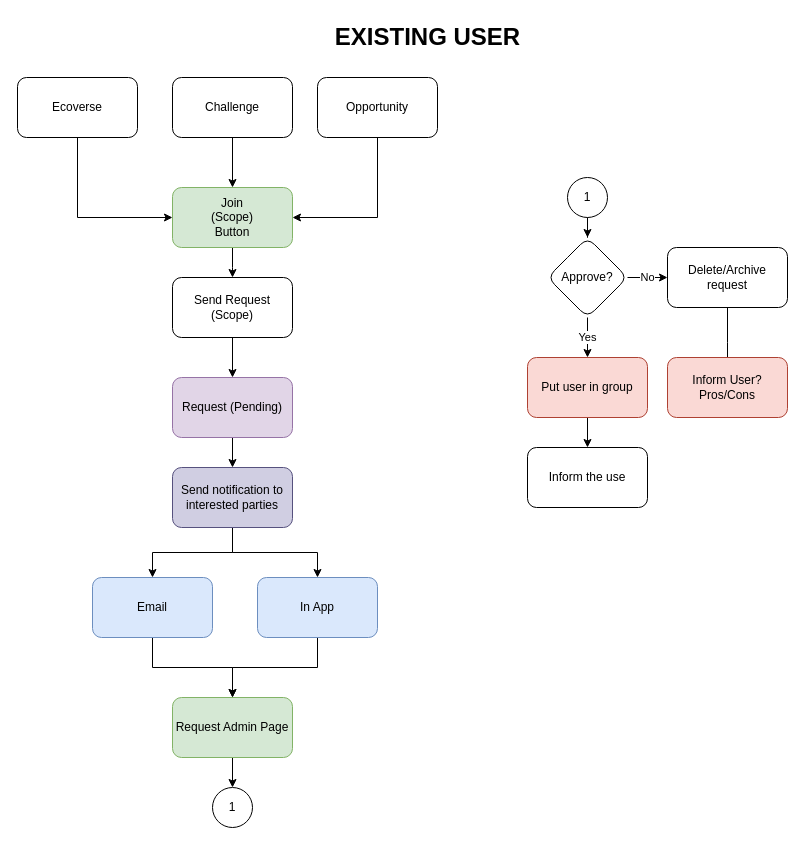
Earlier version of the draw.io diagram page "Requesting/Granting access" (2 of 5) of Design/UserOnboardingFlow.drawio (alkem-io/alkemio). Source tidied: cells renumbered, new cells numbered last; positions are measured from the earlier drawing's top-left corner, leaving out a move shared by most shapes. Both pictures are drawn from the tidied source at 100%, with x=0, y=0 at pixel (17, 17).
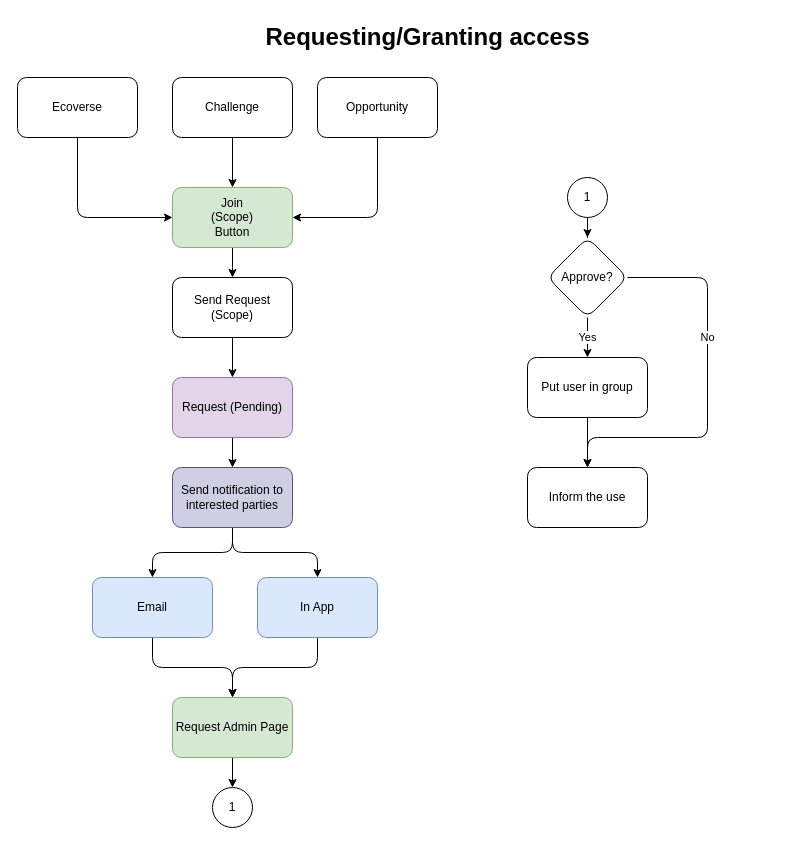
Above is the later version.

The change refers to these unchanged cells:
```xml
<mxCell id="3" value="Join&lt;br&gt;(Scope)&lt;br&gt;Button" style="rounded=1;whiteSpace=wrap;html=1;fillColor=#d5e8d4;strokeColor=#82b366;" parent="1" vertex="1">
  <mxGeometry x="155" y="170" width="120" height="60" as="geometry" />
</mxCell>
<mxCell id="10" value="Send notification to interested parties" style="whiteSpace=wrap;html=1;rounded=1;fillColor=#d0cee2;strokeColor=#56517e;" parent="1" vertex="1">
  <mxGeometry x="155" y="450" width="120" height="60" as="geometry" />
</mxCell>
<mxCell id="12" value="Email" style="whiteSpace=wrap;html=1;rounded=1;fillColor=#dae8fc;strokeColor=#6c8ebf;" parent="1" vertex="1">
  <mxGeometry x="75" y="560" width="120" height="60" as="geometry" />
</mxCell>
<mxCell id="14" value="In App" style="whiteSpace=wrap;html=1;rounded=1;fillColor=#dae8fc;strokeColor=#6c8ebf;" parent="1" vertex="1">
  <mxGeometry x="240" y="560" width="120" height="60" as="geometry" />
</mxCell>
<mxCell id="16" value="Request Admin Page" style="rounded=1;whiteSpace=wrap;html=1;fillColor=#d5e8d4;strokeColor=#82b366;" parent="1" vertex="1">
  <mxGeometry x="155" y="680" width="120" height="60" as="geometry" />
</mxCell>
<mxCell id="19" value="Approve?" style="rhombus;whiteSpace=wrap;html=1;rounded=1;" parent="1" vertex="1">
  <mxGeometry x="530" y="220" width="80" height="80" as="geometry" />
</mxCell>
<mxCell id="30" value="Ecoverse" style="rounded=1;whiteSpace=wrap;html=1;" parent="1" vertex="1">
  <mxGeometry y="60" width="120" height="60" as="geometry" />
</mxCell>
<mxCell id="34" value="Opportunity" style="rounded=1;whiteSpace=wrap;html=1;" parent="1" vertex="1">
  <mxGeometry x="300" y="60" width="120" height="60" as="geometry" />
</mxCell>
```

What changed in the source:
```diff
@@
-    <mxCell id="8" style="edgeStyle=orthogonalEdgeStyle;rounded=0;jettySize=auto;html=1;" parent="1" edge="1" source="10" target="12">
+    <mxCell id="8" style="edgeStyle=orthogonalEdgeStyle;rounded=1;jettySize=auto;html=1;" parent="1" edge="1" source="10" target="12">
       <mxGeometry relative="1" as="geometry" />
     </mxCell>
-    <mxCell id="9" style="edgeStyle=orthogonalEdgeStyle;rounded=0;jettySize=auto;html=1;" parent="1" edge="1" source="10" target="14">
+    <mxCell id="9" style="edgeStyle=orthogonalEdgeStyle;rounded=1;jettySize=auto;html=1;" parent="1" edge="1" source="10" target="14">
       <mxGeometry relative="1" as="geometry" />
     </mxCell>
@@
-    <mxCell id="11" style="edgeStyle=orthogonalEdgeStyle;rounded=0;jettySize=auto;html=1;" parent="1" edge="1" source="12" target="16">
+    <mxCell id="11" style="edgeStyle=orthogonalEdgeStyle;rounded=1;jettySize=auto;html=1;" parent="1" edge="1" source="12" target="16">
       <mxGeometry relative="1" as="geometry" />
     </mxCell>
@@
-    <mxCell id="13" style="edgeStyle=orthogonalEdgeStyle;rounded=0;jettySize=auto;html=1;entryX=0.5;entryY=0;entryDx=0;entryDy=0;" parent="1" edge="1" source="14" target="16">
+    <mxCell id="13" style="edgeStyle=orthogonalEdgeStyle;rounded=1;jettySize=auto;html=1;entryX=0.5;entryY=0;entryDx=0;entryDy=0;" parent="1" edge="1" source="14" target="16">
       <mxGeometry relative="1" as="geometry" />
     </mxCell>
@@
-    <mxCell id="18" value="No" style="edgeStyle=orthogonalEdgeStyle;rounded=0;jettySize=auto;html=1;" parent="1" edge="1" source="19" target="21">
-      <mxGeometry relative="1" as="geometry">
+    <mxCell id="18" value="No" style="edgeStyle=orthogonalEdgeStyle;rounded=1;jettySize=auto;html=1;entryX=0.5;entryY=0;entryDx=0;entryDy=0;" parent="1" edge="1" source="19" target="28">
+      <mxGeometry x="-0.28" relative="1" as="geometry">
         <Array as="points">
-          <mxPoint x="627" y="260" />
-          <mxPoint x="627" y="260" />
+          <mxPoint x="690" y="260" />
+          <mxPoint x="690" y="420" />
+          <mxPoint x="570" y="420" />
         </Array>
       </mxGeometry>
     </mxCell>
@@
-    <mxCell id="20" style="edgeStyle=orthogonalEdgeStyle;rounded=0;jettySize=auto;html=1;" parent="1" edge="1" source="21">
-      <mxGeometry relative="1" as="geometry">
-        <mxPoint x="710" y="360" as="targetPoint" />
-      </mxGeometry>
-    </mxCell>
-    <mxCell id="21" value="Delete/Archive request" style="whiteSpace=wrap;html=1;rounded=1;" parent="1" vertex="1">
-      <mxGeometry x="650" y="230" width="120" height="60" as="geometry" />
-    </mxCell>
@@
-    <mxCell id="26" value="Put user in group" style="rounded=1;whiteSpace=wrap;html=1;fillColor=#fad9d5;strokeColor=#ae4132;" parent="1" vertex="1">
+    <mxCell id="26" value="Put user in group" style="rounded=1;whiteSpace=wrap;html=1;" parent="1" vertex="1">
       <mxGeometry x="510" y="340" width="120" height="60" as="geometry" />
     </mxCell>
-    <mxCell id="27" value="Inform User?&lt;br&gt;Pros/Cons" style="rounded=1;whiteSpace=wrap;html=1;fillColor=#fad9d5;strokeColor=#ae4132;" parent="1" vertex="1">
-      <mxGeometry x="650" y="340" width="120" height="60" as="geometry" />
-    </mxCell>
     <mxCell id="28" value="Inform the use" style="rounded=1;whiteSpace=wrap;html=1;" parent="1" vertex="1">
-      <mxGeometry x="510" y="430" width="120" height="60" as="geometry" />
+      <mxGeometry x="510" y="450" width="120" height="60" as="geometry" />
     </mxCell>
-    <mxCell id="29" style="edgeStyle=orthogonalEdgeStyle;rounded=0;jettySize=auto;html=1;entryX=0;entryY=0.5;entryDx=0;entryDy=0;" parent="1" edge="1" source="30" target="3">
+    <mxCell id="29" style="edgeStyle=orthogonalEdgeStyle;rounded=1;jettySize=auto;html=1;entryX=0;entryY=0.5;entryDx=0;entryDy=0;" parent="1" edge="1" source="30" target="3">
       <mxGeometry relative="1" as="geometry">
         <Array as="points">
           <mxPoint x="60" y="200" />
         </Array>
       </mxGeometry>
     </mxCell>
@@
-    <mxCell id="33" style="edgeStyle=orthogonalEdgeStyle;rounded=0;jettySize=auto;html=1;exitX=0.5;exitY=1;exitDx=0;exitDy=0;entryX=1;entryY=0.5;entryDx=0;entryDy=0;" parent="1" edge="1" source="34" target="3">
+    <mxCell id="33" style="edgeStyle=orthogonalEdgeStyle;rounded=1;jettySize=auto;html=1;exitX=0.5;exitY=1;exitDx=0;exitDy=0;entryX=1;entryY=0.5;entryDx=0;entryDy=0;" parent="1" edge="1" source="34" target="3">
       <mxGeometry relative="1" as="geometry" />
     </mxCell>
@@
-    <mxCell id="35" value="EXISTING USER" style="text;strokeColor=none;fillColor=none;html=1;fontSize=24;fontStyle=1;verticalAlign=middle;align=center;" parent="1" vertex="1">
+    <mxCell id="35" value="Requesting/Granting access" style="text;strokeColor=none;fillColor=none;html=1;fontSize=24;fontStyle=1;verticalAlign=middle;align=center;" parent="1" vertex="1">
       <mxGeometry x="360" width="100" height="40" as="geometry" />
     </mxCell>
```
